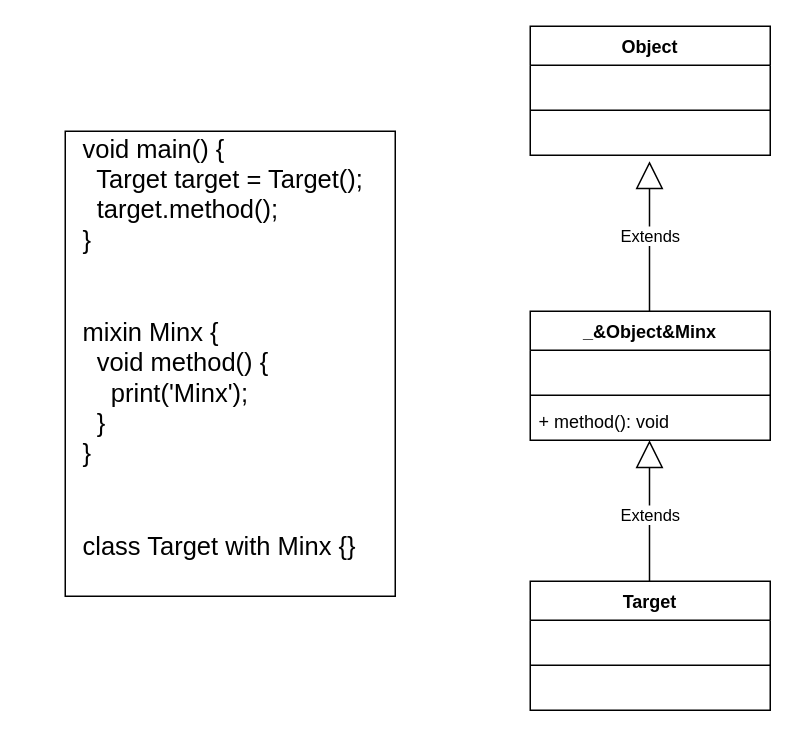
This is Mix.drawio from ShzMinato/Flutter, a draw.io file, before an edit. Source tidied: cells renumbered, new cells numbered last; positions are measured from the earlier drawing's top-left corner, leaving out a move shared by most shapes. Both pictures are drawn from the tidied source at 150%, with x=0, y=0 at pixel (64, 26).
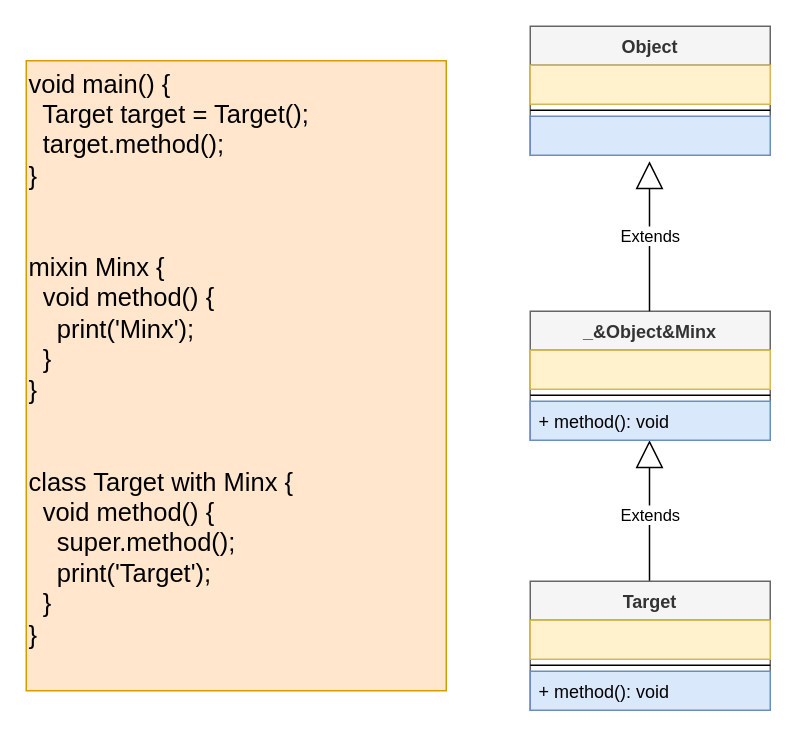
Above is the later version.

Change to the diagram source:
```diff
@@
 <mxGraphModel>
   <root>
     <mxCell id="0" />
     <mxCell id="1" parent="0" />
     <mxCell id="2" value="Extends" style="endArrow=block;endSize=16;endFill=0;html=1;" parent="1" edge="1">
       <mxGeometry relative="1" as="geometry">
         <mxPoint x="389.5" y="376" as="sourcePoint" />
         <mxPoint x="389.5" y="276" as="targetPoint" />
       </mxGeometry>
     </mxCell>
-    <mxCell id="3" value="_&amp;Object&amp;Minx" style="swimlane;fontStyle=1;align=center;verticalAlign=top;horizontal=1;startSize=26;" parent="1" vertex="1">
+    <mxCell id="3" value="_&amp;Object&amp;Minx" style="swimlane;fontStyle=1;align=center;verticalAlign=top;horizontal=1;startSize=26;fillColor=#f5f5f5;strokeColor=#666666;fontColor=#333333;" parent="1" vertex="1">
       <mxGeometry x="310" y="190" width="160" height="86" as="geometry" />
     </mxCell>
-    <mxCell id="4" value="    " style="text;strokeColor=none;fillColor=none;align=left;verticalAlign=top;spacingLeft=4;spacingRight=4;overflow=hidden;" parent="3" vertex="1">
+    <mxCell id="4" value="    " style="text;strokeColor=#d6b656;fillColor=#fff2cc;align=left;verticalAlign=top;spacingLeft=4;spacingRight=4;overflow=hidden;" parent="3" vertex="1">
       <mxGeometry y="26" width="160" height="26" as="geometry" />
     </mxCell>
     <mxCell id="5" style="line;strokeWidth=1;fillColor=none;align=left;verticalAlign=middle;spacingTop=-1;spacingLeft=3;spacingRight=3;labelPosition=right;" parent="3" vertex="1">
       <mxGeometry y="52" width="160" height="8" as="geometry" />
     </mxCell>
-    <mxCell id="6" value="+ method(): void" style="text;strokeColor=none;fillColor=none;align=left;verticalAlign=top;spacingLeft=4;spacingRight=4;overflow=hidden;" parent="3" vertex="1">
+    <mxCell id="6" value="+ method(): void" style="text;strokeColor=#6c8ebf;fillColor=#dae8fc;align=left;verticalAlign=top;spacingLeft=4;spacingRight=4;overflow=hidden;" parent="3" vertex="1">
       <mxGeometry y="60" width="160" height="26" as="geometry" />
     </mxCell>
-    <mxCell id="7" value="Target" style="swimlane;fontStyle=1;align=center;verticalAlign=top;horizontal=1;startSize=26;" parent="1" vertex="1">
+    <mxCell id="7" value="Target" style="swimlane;fontStyle=1;align=center;verticalAlign=top;horizontal=1;startSize=26;fillColor=#f5f5f5;strokeColor=#666666;fontColor=#333333;" parent="1" vertex="1">
       <mxGeometry x="310" y="370" width="160" height="86" as="geometry" />
     </mxCell>
-    <mxCell id="8" value="    " style="text;strokeColor=none;fillColor=none;align=left;verticalAlign=top;spacingLeft=4;spacingRight=4;overflow=hidden;" parent="7" vertex="1">
+    <mxCell id="8" value="    " style="text;strokeColor=#d6b656;fillColor=#fff2cc;align=left;verticalAlign=top;spacingLeft=4;spacingRight=4;overflow=hidden;" parent="7" vertex="1">
       <mxGeometry y="26" width="160" height="26" as="geometry" />
     </mxCell>
     <mxCell id="9" style="line;strokeWidth=1;fillColor=none;align=left;verticalAlign=middle;spacingTop=-1;spacingLeft=3;spacingRight=3;labelPosition=right;" parent="7" vertex="1">
       <mxGeometry y="52" width="160" height="8" as="geometry" />
     </mxCell>
-    <mxCell id="10" value=" " style="text;strokeColor=none;fillColor=none;align=left;verticalAlign=top;spacingLeft=4;spacingRight=4;overflow=hidden;" parent="7" vertex="1">
+    <mxCell id="10" value="+ method(): void" style="text;strokeColor=#6c8ebf;fillColor=#dae8fc;align=left;verticalAlign=top;spacingLeft=4;spacingRight=4;overflow=hidden;" parent="7" vertex="1">
       <mxGeometry y="60" width="160" height="26" as="geometry" />
     </mxCell>
-    <mxCell id="11" value="Object" style="swimlane;fontStyle=1;align=center;verticalAlign=top;horizontal=1;startSize=26;" parent="1" vertex="1">
+    <mxCell id="11" value="Object" style="swimlane;fontStyle=1;align=center;verticalAlign=top;horizontal=1;startSize=26;fillColor=#f5f5f5;strokeColor=#666666;fontColor=#333333;" parent="1" vertex="1">
       <mxGeometry x="310" width="160" height="86" as="geometry" />
     </mxCell>
-    <mxCell id="12" value=" " style="text;strokeColor=none;fillColor=none;align=left;verticalAlign=top;spacingLeft=4;spacingRight=4;overflow=hidden;" parent="11" vertex="1">
+    <mxCell id="12" value=" " style="text;strokeColor=#d6b656;fillColor=#fff2cc;align=left;verticalAlign=top;spacingLeft=4;spacingRight=4;overflow=hidden;" parent="11" vertex="1">
       <mxGeometry y="26" width="160" height="26" as="geometry" />
     </mxCell>
     <mxCell id="13" style="line;strokeWidth=1;fillColor=none;align=left;verticalAlign=middle;spacingTop=-1;spacingLeft=3;spacingRight=3;labelPosition=right;" parent="11" vertex="1">
       <mxGeometry y="52" width="160" height="8" as="geometry" />
     </mxCell>
-    <mxCell id="14" value=" " style="text;strokeColor=none;fillColor=none;align=left;verticalAlign=top;spacingLeft=4;spacingRight=4;overflow=hidden;" parent="11" vertex="1">
+    <mxCell id="14" value=" " style="text;strokeColor=#6c8ebf;fillColor=#dae8fc;align=left;verticalAlign=top;spacingLeft=4;spacingRight=4;overflow=hidden;" parent="11" vertex="1">
       <mxGeometry y="60" width="160" height="26" as="geometry" />
     </mxCell>
     <mxCell id="15" value="Extends" style="endArrow=block;endSize=16;endFill=0;html=1;" parent="1" edge="1">
       <mxGeometry relative="1" as="geometry">
         <mxPoint x="389.5" y="190" as="sourcePoint" />
         <mxPoint x="389.5" y="90" as="targetPoint" />
       </mxGeometry>
     </mxCell>
-    <mxCell id="16" value="&lt;div style=&quot;font-size: 17px;&quot;&gt;void main() {&lt;/div&gt;&lt;div style=&quot;font-size: 17px;&quot;&gt;&amp;nbsp; Target target = Target();&lt;/div&gt;&lt;div style=&quot;font-size: 17px;&quot;&gt;&amp;nbsp; target.method();&lt;/div&gt;&lt;div style=&quot;font-size: 17px;&quot;&gt;}&lt;/div&gt;&lt;div style=&quot;font-size: 17px;&quot;&gt;&lt;br style=&quot;font-size: 17px;&quot;&gt;&lt;/div&gt;&lt;div style=&quot;font-size: 17px;&quot;&gt;&lt;br style=&quot;font-size: 17px;&quot;&gt;&lt;/div&gt;&lt;div style=&quot;font-size: 17px;&quot;&gt;mixin Minx {&lt;/div&gt;&lt;div style=&quot;font-size: 17px;&quot;&gt;&amp;nbsp; void method() {&lt;/div&gt;&lt;div style=&quot;font-size: 17px;&quot;&gt;&amp;nbsp; &amp;nbsp; print('Minx');&lt;/div&gt;&lt;div style=&quot;font-size: 17px;&quot;&gt;&amp;nbsp; }&lt;/div&gt;&lt;div style=&quot;font-size: 17px;&quot;&gt;}&lt;/div&gt;&lt;div style=&quot;font-size: 17px;&quot;&gt;&lt;br style=&quot;font-size: 17px;&quot;&gt;&lt;/div&gt;&lt;div style=&quot;font-size: 17px;&quot;&gt;&lt;br style=&quot;font-size: 17px;&quot;&gt;&lt;/div&gt;&lt;div style=&quot;font-size: 17px;&quot;&gt;class Target with Minx {}&lt;/div&gt;&lt;div style=&quot;font-size: 17px;&quot;&gt;&lt;br style=&quot;font-size: 17px;&quot;&gt;&lt;/div&gt;" style="text;html=1;align=left;verticalAlign=middle;fontSize=17;dashed=1;" parent="1" vertex="1">
-      <mxGeometry x="10" y="70" width="200" height="310" as="geometry" />
+    <mxCell id="16" value="&lt;div style=&quot;font-size: 17px&quot;&gt;&lt;br&gt;&lt;/div&gt;" style="text;html=1;align=left;verticalAlign=middle;fontSize=17;dashed=1;" parent="1" vertex="1">
+      <mxGeometry x="10" y="210" width="20" height="30" as="geometry" />
     </mxCell>
-    <mxCell id="17" style="rounded=0;whiteSpace=wrap;html=1;fontSize=17;align=left;fillColor=none;strokeWidth=1;" parent="1" vertex="1">
-      <mxGeometry y="70" width="220" height="310" as="geometry" />
+    <mxCell id="17" value="&lt;div&gt;void main() {&lt;/div&gt;&lt;div&gt;&amp;nbsp; Target target = Target();&lt;/div&gt;&lt;div&gt;&amp;nbsp; target.method();&lt;/div&gt;&lt;div&gt;}&lt;/div&gt;&lt;div&gt;&lt;br&gt;&lt;/div&gt;&lt;div&gt;&lt;br&gt;&lt;/div&gt;&lt;div&gt;mixin Minx {&lt;/div&gt;&lt;div&gt;&amp;nbsp; void method() {&lt;/div&gt;&lt;div&gt;&amp;nbsp; &amp;nbsp; print('Minx');&lt;/div&gt;&lt;div&gt;&amp;nbsp; }&lt;/div&gt;&lt;div&gt;}&lt;/div&gt;&lt;div&gt;&lt;br&gt;&lt;/div&gt;&lt;div&gt;&lt;br&gt;&lt;/div&gt;&lt;div&gt;class Target with Minx {&lt;/div&gt;&lt;div&gt;&amp;nbsp;&amp;nbsp;void method() {&lt;/div&gt;&lt;div&gt;&amp;nbsp; &amp;nbsp; super.method();&lt;/div&gt;&lt;div&gt;&amp;nbsp; &amp;nbsp; print('Target');&lt;/div&gt;&lt;div&gt;&amp;nbsp; }&lt;/div&gt;&lt;div&gt;}&lt;/div&gt;&lt;div&gt;&lt;br&gt;&lt;/div&gt;" style="rounded=0;whiteSpace=wrap;html=1;fontSize=17;align=left;fillColor=#ffe6cc;strokeWidth=1;strokeColor=#d79b00;" parent="1" vertex="1">
+      <mxGeometry x="-26" y="23" width="280" height="420" as="geometry" />
     </mxCell>
   </root>
 </mxGraphModel>
```
